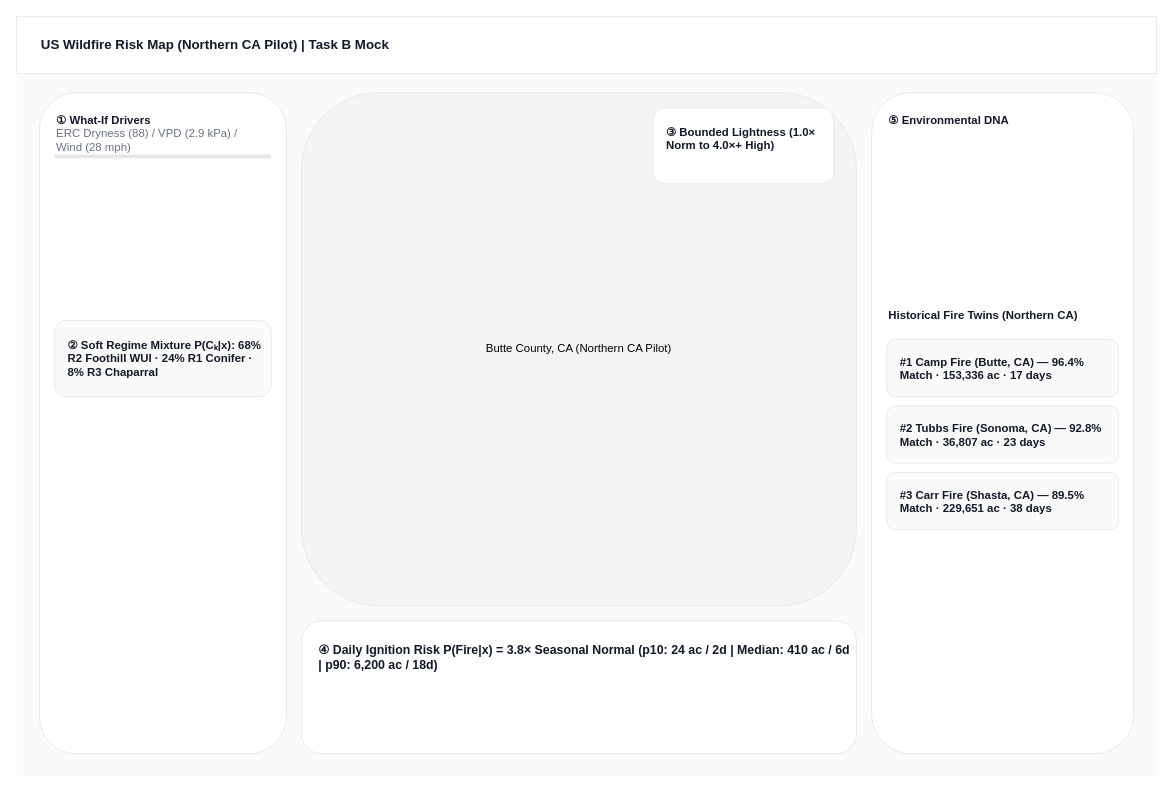
Earlier version of the draw.io diagram docs/lucidchart_minimal_mock.drawio (ramonqu7/us-wildfire-risk-map). Source tidied: cells renumbered, new cells numbered last; positions are measured from the earlier drawing's top-left corner, leaving out a move shared by most shapes. Both pictures are drawn from the tidied source at 95%, with x=0, y=0 at pixel (16, 16).
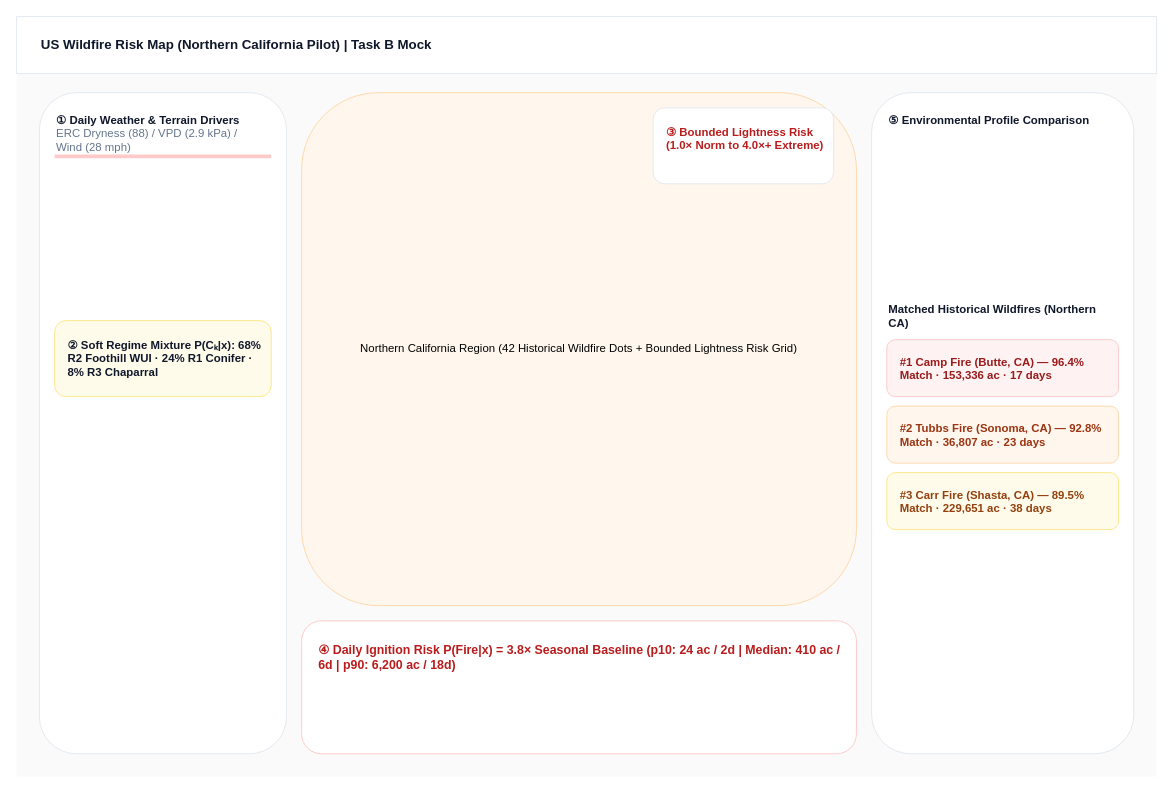
The same diagram, later.

Commit message (it also covers changes not shown here):
Add regional Northern California fire dots and bounded-lightness risk palette

The edit, as a diff of the source:
```diff
@@
 <mxGraphModel>
   <root>
     <mxCell id="0" />
     <mxCell id="1" parent="0" />
     <mxCell id="2" style="rounded=0;whiteSpace=wrap;html=1;fillColor=#FAFAFA;strokeColor=none;" parent="1" vertex="1">
       <mxGeometry width="1200" height="800" as="geometry" />
     </mxCell>
-    <mxCell id="3" value="US Wildfire Risk Map (Northern CA Pilot) | Task B Mock" style="rounded=0;whiteSpace=wrap;html=1;fillColor=#FFFFFF;strokeColor=#E5E7EB;align=left;spacingLeft=24;fontStyle=1;fontSize=14;fontColor=#111827;" parent="1" vertex="1">
+    <mxCell id="3" value="US Wildfire Risk Map (Northern California Pilot) | Task B Mock" style="rounded=0;whiteSpace=wrap;html=1;fillColor=#FFFFFF;strokeColor=#E2E8F0;align=left;spacingLeft=24;fontStyle=1;fontSize=14;fontColor=#0F172A;" parent="1" vertex="1">
       <mxGeometry width="1200" height="60" as="geometry" />
     </mxCell>
-    <mxCell id="4" value="① What-If Drivers" style="rounded=1;whiteSpace=wrap;html=1;fillColor=#FFFFFF;strokeColor=#E5E7EB;align=left;verticalAlign=top;spacingTop=16;spacingLeft=16;fontStyle=1;fontColor=#111827;" parent="1" vertex="1">
+    <mxCell id="4" value="① Daily Weather &amp; Terrain Drivers" style="rounded=1;whiteSpace=wrap;html=1;fillColor=#FFFFFF;strokeColor=#E2E8F0;align=left;verticalAlign=top;spacingTop=16;spacingLeft=16;fontStyle=1;fontColor=#0F172A;" parent="1" vertex="1">
       <mxGeometry x="24" y="80" width="260" height="696" as="geometry" />
     </mxCell>
-    <mxCell id="5" value="ERC Dryness (88) / VPD (2.9 kPa) / Wind (28 mph)" style="text;html=1;strokeColor=none;fillColor=none;align=left;verticalAlign=middle;whiteSpace=wrap;rounded=0;fontSize=12;fontColor=#6B7280;" parent="1" vertex="1">
+    <mxCell id="5" value="ERC Dryness (88) / VPD (2.9 kPa) / Wind (28 mph)" style="text;html=1;strokeColor=none;fillColor=none;align=left;verticalAlign=middle;whiteSpace=wrap;rounded=0;fontSize=12;fontColor=#64748B;" parent="1" vertex="1">
       <mxGeometry x="40" y="120" width="220" height="20" as="geometry" />
     </mxCell>
-    <mxCell id="6" style="rounded=1;whiteSpace=wrap;html=1;fillColor=#E5E7EB;strokeColor=none;" parent="1" vertex="1">
+    <mxCell id="6" style="rounded=1;whiteSpace=wrap;html=1;fillColor=#FECACA;strokeColor=none;" parent="1" vertex="1">
       <mxGeometry x="40" y="145" width="228" height="4" as="geometry" />
     </mxCell>
-    <mxCell id="7" value="② Soft Regime Mixture P(Cₖ|x): 68% R2 Foothill WUI · 24% R1 Conifer · 8% R3 Chaparral" style="rounded=1;whiteSpace=wrap;html=1;fillColor=#FAFAFA;strokeColor=#E5E7EB;align=left;verticalAlign=top;spacingTop=12;spacingLeft=12;fontStyle=1;fontSize=12;fontColor=#111827;" parent="1" vertex="1">
+    <mxCell id="7" value="② Soft Regime Mixture P(Cₖ|x): 68% R2 Foothill WUI · 24% R1 Conifer · 8% R3 Chaparral" style="rounded=1;whiteSpace=wrap;html=1;fillColor=#FFFBEB;strokeColor=#FDE68A;align=left;verticalAlign=top;spacingTop=12;spacingLeft=12;fontStyle=1;fontSize=12;fontColor=#0F172A;" parent="1" vertex="1">
       <mxGeometry x="40" y="320" width="228" height="80" as="geometry" />
     </mxCell>
-    <mxCell id="8" value="Butte County, CA (Northern CA Pilot)" style="rounded=1;whiteSpace=wrap;html=1;fillColor=#F3F4F6;strokeColor=#E5E7EB;" parent="1" vertex="1">
+    <mxCell id="8" value="Northern California Region (42 Historical Wildfire Dots + Bounded Lightness Risk Grid)" style="rounded=1;whiteSpace=wrap;html=1;fillColor=#FFF7ED;strokeColor=#FED7AA;" parent="1" vertex="1">
       <mxGeometry x="300" y="80" width="584" height="540" as="geometry" />
     </mxCell>
-    <mxCell id="9" value="③ Bounded Lightness (1.0× Norm to 4.0×+ High)" style="rounded=1;whiteSpace=wrap;html=1;fillColor=#FFFFFF;strokeColor=#E5E7EB;align=left;verticalAlign=top;spacingTop=12;spacingLeft=12;fontStyle=1;fontSize=12;fontColor=#111827;" parent="1" vertex="1">
+    <mxCell id="9" value="③ Bounded Lightness Risk (1.0× Norm to 4.0×+ Extreme)" style="rounded=1;whiteSpace=wrap;html=1;fillColor=#FFFFFF;strokeColor=#E2E8F0;align=left;verticalAlign=top;spacingTop=12;spacingLeft=12;fontStyle=1;fontSize=12;fontColor=#B91C1C;" parent="1" vertex="1">
       <mxGeometry x="670" y="96" width="190" height="80" as="geometry" />
     </mxCell>
-    <mxCell id="10" value="④ Daily Ignition Risk P(Fire|x) = 3.8× Seasonal Normal (p10: 24 ac / 2d | Median: 410 ac / 6d | p90: 6,200 ac / 18d)" style="rounded=1;whiteSpace=wrap;html=1;fillColor=#FFFFFF;strokeColor=#E5E7EB;align=left;verticalAlign=top;spacingTop=16;spacingLeft=16;fontStyle=1;fontSize=13;fontColor=#111827;" parent="1" vertex="1">
+    <mxCell id="10" value="④ Daily Ignition Risk P(Fire|x) = 3.8× Seasonal Baseline (p10: 24 ac / 2d | Median: 410 ac / 6d | p90: 6,200 ac / 18d)" style="rounded=1;whiteSpace=wrap;html=1;fillColor=#FFFFFF;strokeColor=#FECACA;align=left;verticalAlign=top;spacingTop=16;spacingLeft=16;fontStyle=1;fontSize=13;fontColor=#B91C1C;" parent="1" vertex="1">
       <mxGeometry x="300" y="636" width="584" height="140" as="geometry" />
     </mxCell>
-    <mxCell id="11" value="⑤ Environmental DNA" style="rounded=1;whiteSpace=wrap;html=1;fillColor=#FFFFFF;strokeColor=#E5E7EB;align=left;verticalAlign=top;spacingTop=16;spacingLeft=16;fontStyle=1;fontColor=#111827;" parent="1" vertex="1">
+    <mxCell id="11" value="⑤ Environmental Profile Comparison" style="rounded=1;whiteSpace=wrap;html=1;fillColor=#FFFFFF;strokeColor=#E2E8F0;align=left;verticalAlign=top;spacingTop=16;spacingLeft=16;fontStyle=1;fontColor=#0F172A;" parent="1" vertex="1">
       <mxGeometry x="900" y="80" width="276" height="696" as="geometry" />
     </mxCell>
-    <mxCell id="12" value="Historical Fire Twins (Northern CA)" style="text;html=1;strokeColor=none;fillColor=none;align=left;verticalAlign=middle;whiteSpace=wrap;rounded=0;fontSize=12;fontStyle=1;fontColor=#111827;" parent="1" vertex="1">
+    <mxCell id="12" value="Matched Historical Wildfires (Northern CA)" style="text;html=1;strokeColor=none;fillColor=none;align=left;verticalAlign=middle;whiteSpace=wrap;rounded=0;fontSize=12;fontStyle=1;fontColor=#0F172A;" parent="1" vertex="1">
       <mxGeometry x="916" y="300" width="244" height="30" as="geometry" />
     </mxCell>
-    <mxCell id="13" value="#1 Camp Fire (Butte, CA) — 96.4% Match · 153,336 ac · 17 days" style="rounded=1;whiteSpace=wrap;html=1;fillColor=#FAFAFA;strokeColor=#E5E7EB;align=left;verticalAlign=top;spacingTop=10;spacingLeft=12;fontStyle=1;fontSize=12;fontColor=#111827;" parent="1" vertex="1">
+    <mxCell id="13" value="#1 Camp Fire (Butte, CA) — 96.4% Match · 153,336 ac · 17 days" style="rounded=1;whiteSpace=wrap;html=1;fillColor=#FEF2F2;strokeColor=#FECACA;align=left;verticalAlign=top;spacingTop=10;spacingLeft=12;fontStyle=1;fontSize=12;fontColor=#991B1B;" parent="1" vertex="1">
       <mxGeometry x="916" y="340" width="244" height="60" as="geometry" />
     </mxCell>
-    <mxCell id="14" value="#2 Tubbs Fire (Sonoma, CA) — 92.8% Match · 36,807 ac · 23 days" style="rounded=1;whiteSpace=wrap;html=1;fillColor=#FAFAFA;strokeColor=#E5E7EB;align=left;verticalAlign=top;spacingTop=10;spacingLeft=12;fontStyle=1;fontSize=12;fontColor=#111827;" parent="1" vertex="1">
+    <mxCell id="14" value="#2 Tubbs Fire (Sonoma, CA) — 92.8% Match · 36,807 ac · 23 days" style="rounded=1;whiteSpace=wrap;html=1;fillColor=#FFF7ED;strokeColor=#FED7AA;align=left;verticalAlign=top;spacingTop=10;spacingLeft=12;fontStyle=1;fontSize=12;fontColor=#9A3412;" parent="1" vertex="1">
       <mxGeometry x="916" y="410" width="244" height="60" as="geometry" />
     </mxCell>
-    <mxCell id="15" value="#3 Carr Fire (Shasta, CA) — 89.5% Match · 229,651 ac · 38 days" style="rounded=1;whiteSpace=wrap;html=1;fillColor=#FAFAFA;strokeColor=#E5E7EB;align=left;verticalAlign=top;spacingTop=10;spacingLeft=12;fontStyle=1;fontSize=12;fontColor=#111827;" parent="1" vertex="1">
+    <mxCell id="15" value="#3 Carr Fire (Shasta, CA) — 89.5% Match · 229,651 ac · 38 days" style="rounded=1;whiteSpace=wrap;html=1;fillColor=#FFFBEB;strokeColor=#FDE68A;align=left;verticalAlign=top;spacingTop=10;spacingLeft=12;fontStyle=1;fontSize=12;fontColor=#92400E;" parent="1" vertex="1">
       <mxGeometry x="916" y="480" width="244" height="60" as="geometry" />
     </mxCell>
   </root>
 </mxGraphModel>
```
